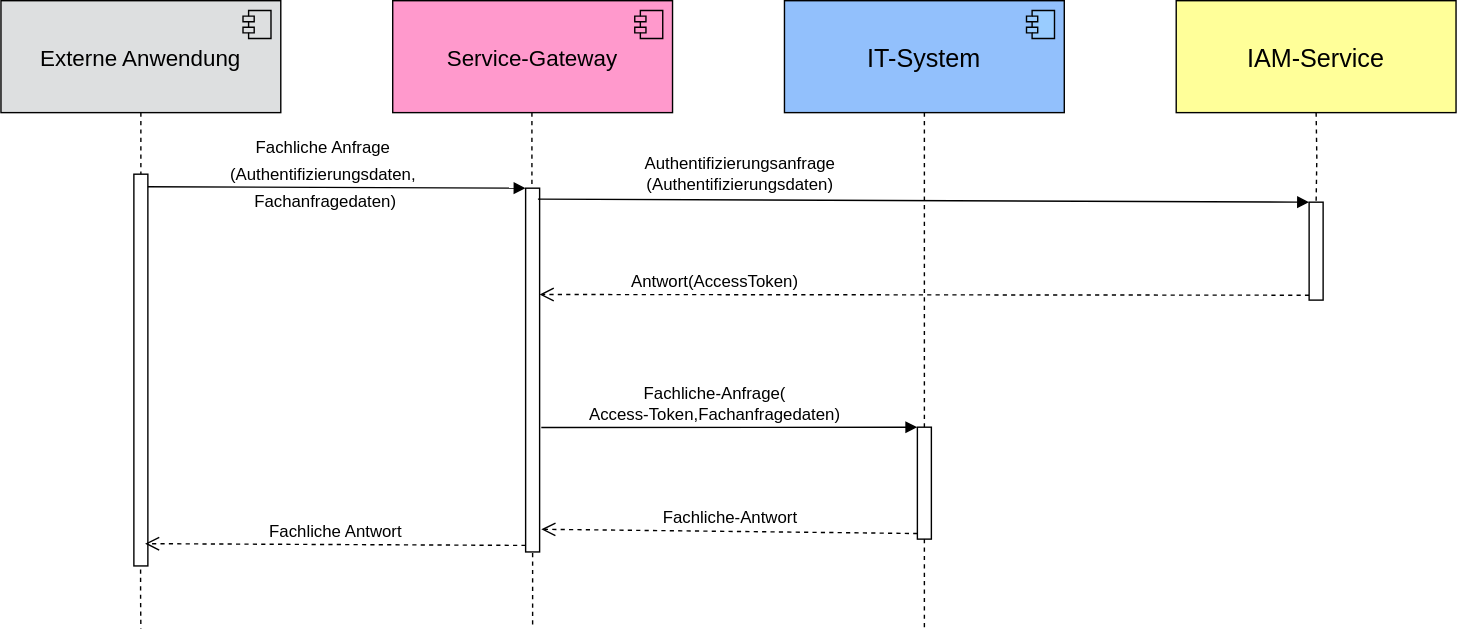
This is docs/modules/ROOT/images/konzept/Squenzdiagramm_ServiceGateway_ohne_AuthGateway.dn.svg from IsyFact/isy-security, a draw.io export, as it was before one commit. Source tidied: cells renumbered, new cells last; positions are measured from the earlier drawing's top-left corner, leaving out a move shared by most shapes. Source of this version:
```xml
<mxGraphModel>
  <root>
    <mxCell id="0" />
    <mxCell id="1" parent="0" />
    <mxCell id="2" style="edgeStyle=orthogonalEdgeStyle;rounded=0;jettySize=auto;html=1;fontSize=16;endArrow=none;endFill=0;dashed=1;startArrow=none;exitX=0.48;exitY=1.009;exitDx=0;exitDy=0;exitPerimeter=0;" parent="1" edge="1" source="20">
      <mxGeometry relative="1" as="geometry">
        <mxPoint x="100" y="448.8" as="targetPoint" />
      </mxGeometry>
    </mxCell>
    <mxCell id="3" value="Externe Anwendung" style="fontSize=16;fillColor=#DDDFE0;" parent="1" vertex="1">
      <mxGeometry width="200" height="80" as="geometry" />
    </mxCell>
    <mxCell id="4" style="shape=component;jettyWidth=8;jettyHeight=4;fillColor=#DDDFE0;" parent="3" vertex="1">
      <mxGeometry x="1" width="20" height="20" relative="1" as="geometry">
        <mxPoint x="-27" y="7" as="offset" />
      </mxGeometry>
    </mxCell>
    <mxCell id="5" value="Service-Gateway" style="fontStyle=0;verticalAlign=middle;fontSize=16;fillColor=#FF99CC;" parent="1" vertex="1">
      <mxGeometry x="280" width="200" height="80" as="geometry" />
    </mxCell>
    <mxCell id="6" style="shape=component;jettyWidth=8;jettyHeight=4;noLabel=1;fontColor=none;fillColor=#ff99cc;" parent="5" vertex="1">
      <mxGeometry x="1" width="20" height="20" relative="1" as="geometry">
        <mxPoint x="-27" y="7" as="offset" />
      </mxGeometry>
    </mxCell>
    <mxCell id="7" value="IAM-Service" style="fillColor=#ffff99;verticalAlign=middle;fontSize=18;" parent="1" vertex="1">
      <mxGeometry x="840" width="200" height="80" as="geometry" />
    </mxCell>
    <mxCell id="8" value="IT-System" style="fontColor=#000000;fontSize=18;fontStyle=0;fillColor=#92C0FC;" parent="1" vertex="1">
      <mxGeometry x="560" width="200" height="80" as="geometry" />
    </mxCell>
    <mxCell id="9" style="shape=component;jettyWidth=8;jettyHeight=4;fillColor=#99ccff;" parent="8" vertex="1">
      <mxGeometry x="1" width="20" height="20" relative="1" as="geometry">
        <mxPoint x="-27" y="7" as="offset" />
      </mxGeometry>
    </mxCell>
    <mxCell id="10" style="edgeStyle=orthogonalEdgeStyle;rounded=0;orthogonalLoop=1;jettySize=auto;html=1;fontSize=16;endArrow=none;endFill=0;dashed=1;startArrow=none;" parent="1" edge="1">
      <mxGeometry relative="1" as="geometry">
        <mxPoint x="380" y="394.8" as="sourcePoint" />
        <mxPoint x="380" y="448.8" as="targetPoint" />
      </mxGeometry>
    </mxCell>
    <mxCell id="11" style="edgeStyle=orthogonalEdgeStyle;rounded=0;jettySize=auto;html=1;fontSize=16;endArrow=none;endFill=0;dashed=1;startArrow=none;entryX=0.5;entryY=0.05;entryDx=0;entryDy=0;entryPerimeter=0;exitX=0.5;exitY=1;exitDx=0;exitDy=0;" parent="1" edge="1" source="8" target="25">
      <mxGeometry relative="1" as="geometry" />
    </mxCell>
    <mxCell id="12" style="edgeStyle=orthogonalEdgeStyle;rounded=0;jettySize=auto;html=1;fontSize=16;endArrow=none;endFill=0;dashed=1;exitX=0.5;exitY=1;exitDx=0;exitDy=0;startArrow=none;" parent="1" edge="1" source="25">
      <mxGeometry relative="1" as="geometry">
        <mxPoint x="660" y="448.8" as="targetPoint" />
      </mxGeometry>
    </mxCell>
    <mxCell id="13" value="&lt;font&gt;&lt;span style=&quot;font-size: 12px ; line-height: 1&quot;&gt;Fachliche Anfrage&lt;br&gt;(Authentifizierungsdaten,&lt;br&gt;&amp;nbsp;Fachanfragedaten)&lt;/span&gt;&lt;br&gt;&lt;/font&gt;" style="html=1;verticalAlign=bottom;endArrow=block;entryX=0;entryY=0;rounded=0;fontSize=16;labelBackgroundColor=none;exitX=0.92;exitY=0.032;exitDx=0;exitDy=0;exitPerimeter=0;" parent="1" edge="1" source="20" target="14">
      <mxGeometry x="-0.07" y="-21" relative="1" as="geometry" />
    </mxCell>
    <mxCell id="14" style="html=1;points=[];perimeter=orthogonalPerimeter;fontSize=16;" parent="1" vertex="1">
      <mxGeometry x="375" y="134" width="10" height="260" as="geometry" />
    </mxCell>
    <mxCell id="15" style="edgeStyle=orthogonalEdgeStyle;rounded=0;jettySize=auto;html=1;fontSize=16;endArrow=none;endFill=0;dashed=1;" parent="1" edge="1" target="14">
      <mxGeometry relative="1" as="geometry">
        <mxPoint x="379.5" y="80" as="sourcePoint" />
      </mxGeometry>
    </mxCell>
    <mxCell id="16" value="&lt;span&gt;Authentifizierungsanfrage&lt;br&gt;(&lt;/span&gt;Authentifizierungsdaten&lt;span&gt;)&lt;/span&gt;" style="html=1;verticalAlign=bottom;endArrow=block;entryX=0;entryY=0;rounded=0;fontSize=12;labelBackgroundColor=none;exitX=0.88;exitY=0.03;exitDx=0;exitDy=0;exitPerimeter=0;" parent="1" edge="1" source="14" target="18">
      <mxGeometry x="-0.48" y="1" relative="1" as="geometry" />
    </mxCell>
    <mxCell id="17" value="Antwort(AccessToken)" style="html=1;verticalAlign=bottom;endArrow=open;dashed=1;endSize=8;exitX=0;exitY=0.95;rounded=0;fontSize=12;labelBackgroundColor=none;" parent="1" edge="1" source="18">
      <mxGeometry x="0.55" relative="1" as="geometry">
        <mxPoint x="385" y="210" as="targetPoint" />
      </mxGeometry>
    </mxCell>
    <mxCell id="18" style="html=1;points=[];perimeter=orthogonalPerimeter;fontSize=12;" parent="1" vertex="1">
      <mxGeometry x="935" y="144" width="10" height="70" as="geometry" />
    </mxCell>
    <mxCell id="19" style="edgeStyle=orthogonalEdgeStyle;rounded=0;jettySize=auto;html=1;fontSize=16;endArrow=none;endFill=0;dashed=1;" parent="1" edge="1" target="18">
      <mxGeometry relative="1" as="geometry">
        <mxPoint x="940" y="80" as="sourcePoint" />
      </mxGeometry>
    </mxCell>
    <mxCell id="20" style="html=1;points=[];perimeter=orthogonalPerimeter;fontSize=12;" parent="1" vertex="1">
      <mxGeometry x="95" y="124" width="10" height="280" as="geometry" />
    </mxCell>
    <mxCell id="21" style="edgeStyle=orthogonalEdgeStyle;rounded=0;jettySize=auto;html=1;fontSize=16;endArrow=none;endFill=0;dashed=1;" parent="1" edge="1" source="3" target="20">
      <mxGeometry relative="1" as="geometry" />
    </mxCell>
    <mxCell id="22" value="Fachliche Antwort" style="html=1;verticalAlign=bottom;endArrow=open;dashed=1;endSize=8;exitX=0;exitY=0.95;rounded=0;fontSize=12;entryX=0.8;entryY=0.925;entryDx=0;entryDy=0;entryPerimeter=0;labelBackgroundColor=none;" parent="1" edge="1">
      <mxGeometry relative="1" as="geometry">
        <mxPoint x="375" y="389.3" as="sourcePoint" />
        <mxPoint x="103" y="388.1" as="targetPoint" />
      </mxGeometry>
    </mxCell>
    <mxCell id="23" value="Fachliche-Anfrage(&lt;br&gt;Access-Token,Fachanfragedaten)" style="html=1;verticalAlign=bottom;endArrow=block;entryX=0;entryY=0;rounded=0;fontSize=12;exitX=1.12;exitY=0.184;exitDx=0;exitDy=0;exitPerimeter=0;labelBackgroundColor=none;" parent="1" edge="1" target="25">
      <mxGeometry x="-0.08" relative="1" as="geometry">
        <mxPoint x="386.2" y="305.1" as="sourcePoint" />
      </mxGeometry>
    </mxCell>
    <mxCell id="24" value="Fachliche-Antwort" style="html=1;verticalAlign=bottom;endArrow=open;dashed=1;endSize=8;exitX=0;exitY=0.95;rounded=0;fontSize=12;entryX=1.12;entryY=0.845;entryDx=0;entryDy=0;entryPerimeter=0;labelBackgroundColor=none;" parent="1" edge="1" source="25">
      <mxGeometry relative="1" as="geometry">
        <mxPoint x="386.2" y="377.8" as="targetPoint" />
      </mxGeometry>
    </mxCell>
    <mxCell id="25" style="html=1;points=[];perimeter=orthogonalPerimeter;fontSize=12;" parent="1" vertex="1">
      <mxGeometry x="655" y="304.8" width="10" height="80" as="geometry" />
    </mxCell>
  </root>
</mxGraphModel>
```
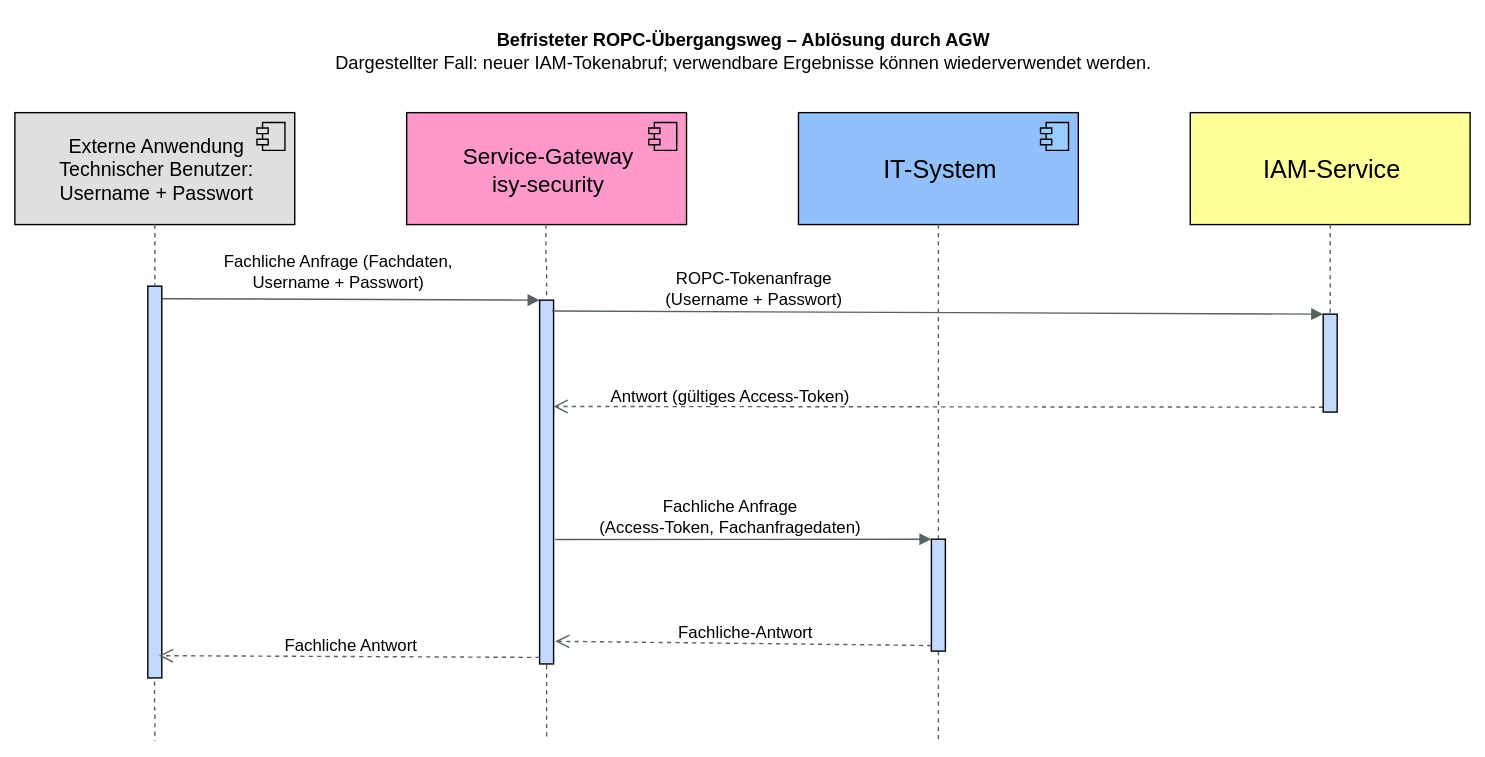
Later version of the same file.

Commit message:
docs: IFS-5813 AGW-Standard und ROPC-Konzept aktualisieren

Diff of the diagram source:
```diff
@@ -7,7 +7,7 @@
         <mxPoint x="100" y="448.8" as="targetPoint" />
       </mxGeometry>
     </mxCell>
-    <mxCell id="3" value="Externe Anwendung" style="fontSize=16;fillColor=#DDDFE0;" parent="1" vertex="1">
+    <mxCell id="3" value="Externe Anwendung&#10;Technischer Benutzer:&#10;Username + Passwort" style="fontSize=16;fillColor=#DDDFE0;fontSize=14;" parent="1" vertex="1">
       <mxGeometry width="200" height="80" as="geometry" />
     </mxCell>
     <mxCell id="4" style="shape=component;jettyWidth=8;jettyHeight=4;fillColor=#DDDFE0;" parent="3" vertex="1">
@@ -15,7 +15,7 @@
         <mxPoint x="-27" y="7" as="offset" />
       </mxGeometry>
     </mxCell>
-    <mxCell id="5" value="Service-Gateway" style="fontStyle=0;verticalAlign=middle;fontSize=16;fillColor=#FF99CC;" parent="1" vertex="1">
+    <mxCell id="5" value="Service-Gateway&#10;isy-security" style="fontStyle=0;verticalAlign=middle;fontSize=16;fillColor=#FF99CC;" parent="1" vertex="1">
       <mxGeometry x="280" width="200" height="80" as="geometry" />
     </mxCell>
     <mxCell id="6" style="shape=component;jettyWidth=8;jettyHeight=4;noLabel=1;fontColor=none;fillColor=#ff99cc;" parent="5" vertex="1">
@@ -48,8 +48,10 @@
         <mxPoint x="660" y="448.8" as="targetPoint" />
       </mxGeometry>
     </mxCell>
-    <mxCell id="13" value="&lt;font&gt;&lt;span style=&quot;font-size: 12px ; line-height: 1&quot;&gt;Fachliche Anfrage&lt;br&gt;(Authentifizierungsdaten,&lt;br&gt;&amp;nbsp;Fachanfragedaten)&lt;/span&gt;&lt;br&gt;&lt;/font&gt;" style="html=1;verticalAlign=bottom;endArrow=block;entryX=0;entryY=0;rounded=0;fontSize=16;labelBackgroundColor=none;exitX=0.92;exitY=0.032;exitDx=0;exitDy=0;exitPerimeter=0;" parent="1" edge="1" source="20" target="14">
-      <mxGeometry x="-0.07" y="-21" relative="1" as="geometry" />
+    <mxCell id="13" value="Fachliche Anfrage (Fachdaten,&lt;br&gt;Username + Passwort)" style="html=1;verticalAlign=bottom;endArrow=block;entryX=0;entryY=0;rounded=0;fontSize=16;labelBackgroundColor=none;exitX=0.92;exitY=0.032;exitDx=0;exitDy=0;exitPerimeter=0;verticalAlign=bottom;fontSize=12;" parent="1" edge="1" source="20" target="14">
+      <mxGeometry x="-0.07" y="-21" relative="1" as="geometry">
+        <mxPoint y="-25" as="offset" />
+      </mxGeometry>
     </mxCell>
     <mxCell id="14" style="html=1;points=[];perimeter=orthogonalPerimeter;fontSize=16;" parent="1" vertex="1">
       <mxGeometry x="375" y="134" width="10" height="260" as="geometry" />
@@ -59,10 +61,10 @@
         <mxPoint x="379.5" y="80" as="sourcePoint" />
       </mxGeometry>
     </mxCell>
-    <mxCell id="16" value="&lt;span&gt;Authentifizierungsanfrage&lt;br&gt;(&lt;/span&gt;Authentifizierungsdaten&lt;span&gt;)&lt;/span&gt;" style="html=1;verticalAlign=bottom;endArrow=block;entryX=0;entryY=0;rounded=0;fontSize=12;labelBackgroundColor=none;exitX=0.88;exitY=0.03;exitDx=0;exitDy=0;exitPerimeter=0;" parent="1" edge="1" source="14" target="18">
+    <mxCell id="16" value="ROPC-Tokenanfrage&lt;br&gt;(Username + Passwort)" style="html=1;verticalAlign=bottom;endArrow=block;entryX=0;entryY=0;rounded=0;fontSize=12;labelBackgroundColor=none;exitX=0.88;exitY=0.03;exitDx=0;exitDy=0;exitPerimeter=0;" parent="1" edge="1" source="14" target="18">
       <mxGeometry x="-0.48" y="1" relative="1" as="geometry" />
     </mxCell>
-    <mxCell id="17" value="Antwort(AccessToken)" style="html=1;verticalAlign=bottom;endArrow=open;dashed=1;endSize=8;exitX=0;exitY=0.95;rounded=0;fontSize=12;labelBackgroundColor=none;" parent="1" edge="1" source="18">
+    <mxCell id="17" value="Antwort (gültiges Access-Token)" style="html=1;verticalAlign=bottom;endArrow=open;dashed=1;endSize=8;exitX=0;exitY=0.95;rounded=0;fontSize=12;labelBackgroundColor=none;" parent="1" edge="1" source="18">
       <mxGeometry x="0.55" relative="1" as="geometry">
         <mxPoint x="385" y="210" as="targetPoint" />
       </mxGeometry>
@@ -87,7 +89,7 @@
         <mxPoint x="103" y="388.1" as="targetPoint" />
       </mxGeometry>
     </mxCell>
-    <mxCell id="23" value="Fachliche-Anfrage(&lt;br&gt;Access-Token,Fachanfragedaten)" style="html=1;verticalAlign=bottom;endArrow=block;entryX=0;entryY=0;rounded=0;fontSize=12;exitX=1.12;exitY=0.184;exitDx=0;exitDy=0;exitPerimeter=0;labelBackgroundColor=none;" parent="1" edge="1" target="25">
+    <mxCell id="23" value="Fachliche Anfrage&lt;br&gt;(Access-Token, Fachanfragedaten)" style="html=1;verticalAlign=bottom;endArrow=block;entryX=0;entryY=0;rounded=0;fontSize=12;exitX=1.12;exitY=0.184;exitDx=0;exitDy=0;exitPerimeter=0;labelBackgroundColor=none;" parent="1" edge="1" target="25">
       <mxGeometry x="-0.08" relative="1" as="geometry">
         <mxPoint x="386.2" y="305.1" as="sourcePoint" />
       </mxGeometry>
@@ -100,5 +102,8 @@
     <mxCell id="25" style="html=1;points=[];perimeter=orthogonalPerimeter;fontSize=12;" parent="1" vertex="1">
       <mxGeometry x="655" y="304.8" width="10" height="80" as="geometry" />
     </mxCell>
+    <mxCell id="26" value="&lt;b&gt;Befristeter ROPC-Übergangsweg – Ablösung durch AGW&lt;/b&gt;&lt;br&gt;Dargestellter Fall: neuer IAM-Tokenabruf; verwendbare Ergebnisse können wiederverwendet werden." style="text;html=1;whiteSpace=wrap;align=center;verticalAlign=middle;fontFamily=Arial;fontSize=13;fontColor=#000000;" parent="1" vertex="1">
+      <mxGeometry y="-70" width="1040" height="50" as="geometry" />
+    </mxCell>
   </root>
 </mxGraphModel>
```
